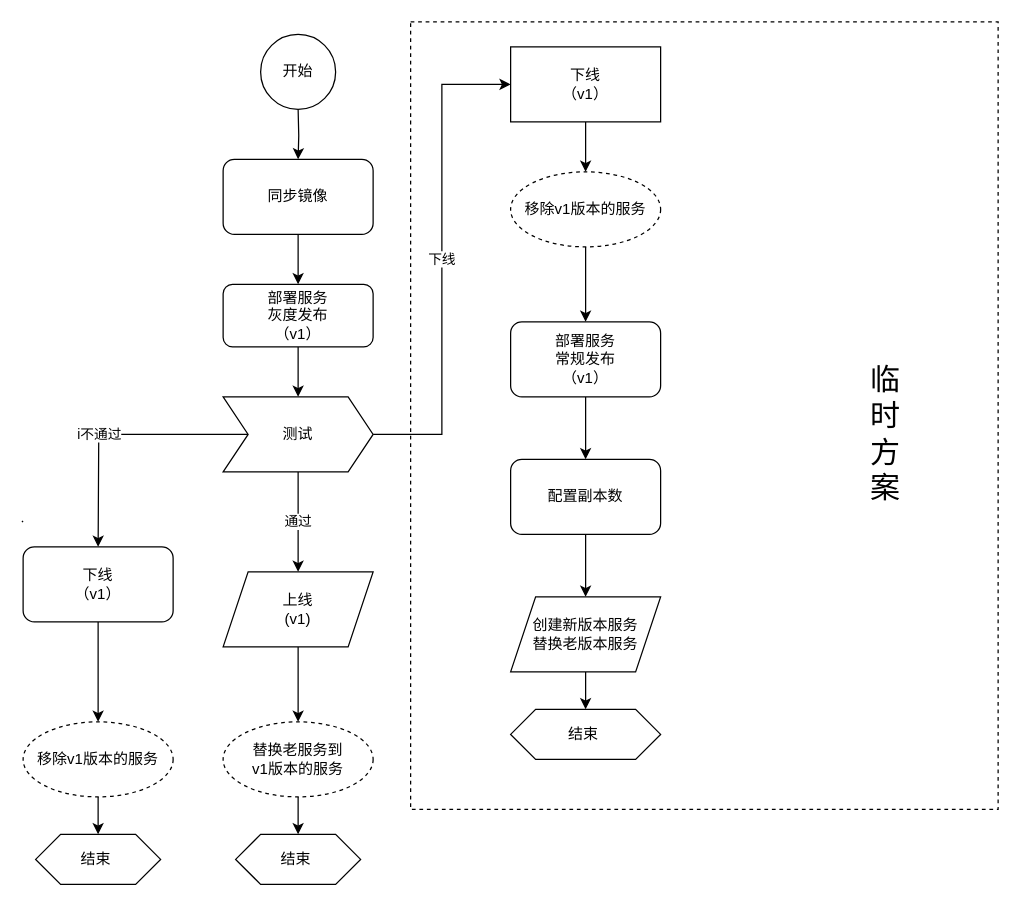
This is 未命名绘图.drawio from Snuger/draw, a draw.io file, before an edit. Source tidied: cells renumbered, new cells numbered last; positions are measured from the earlier drawing's top-left corner, leaving out a move shared by most shapes. Both pictures are drawn from the tidied source at 125%, with x=0, y=0 at pixel (21, 21).
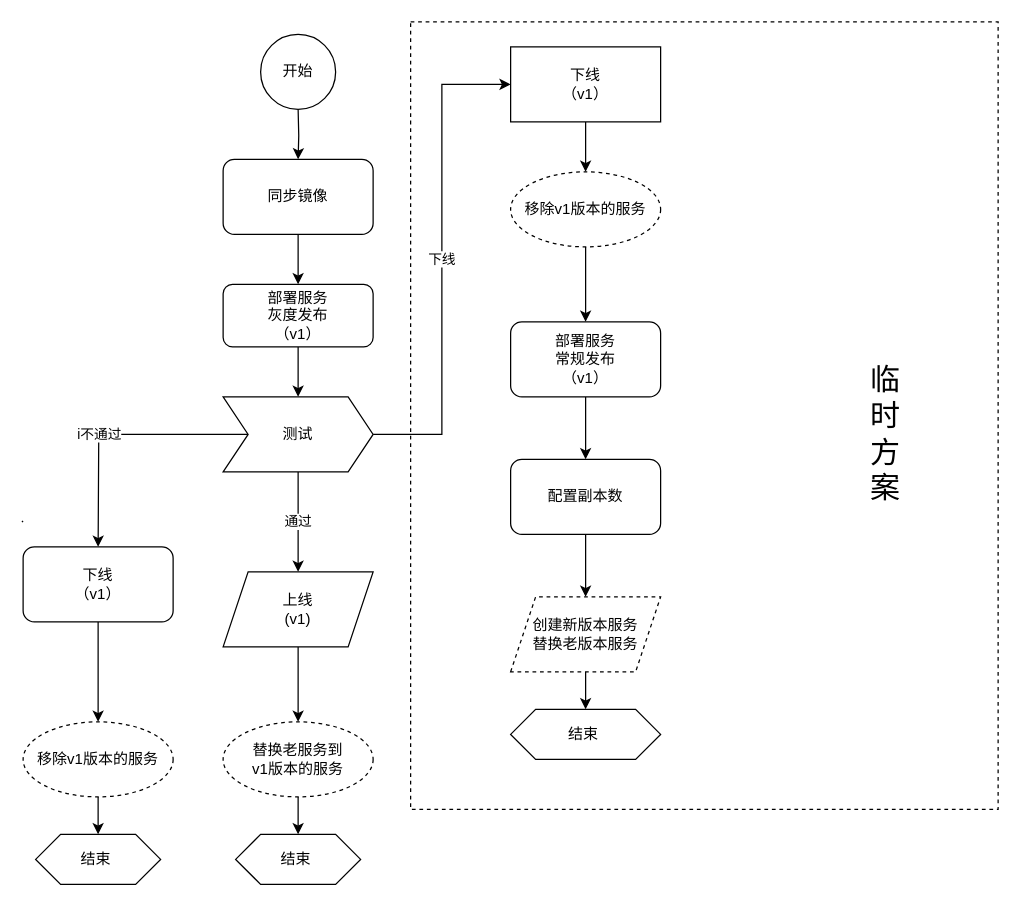
The same diagram, later.

Commit message (it also covers changes not shown here):
更新未命名绘图.drawio

What changed in the source:
```diff
@@
-    <mxCell id="25" value="创建新版本服务&lt;br&gt;替换老版本服务" style="shape=parallelogram;perimeter=parallelogramPerimeter;whiteSpace=wrap;html=1;fixedSize=1;strokeColor=default;" parent="1" vertex="1">
+    <mxCell id="25" value="创建新版本服务&lt;br&gt;替换老版本服务" style="shape=parallelogram;perimeter=parallelogramPerimeter;whiteSpace=wrap;html=1;fixedSize=1;strokeColor=default;dashed=1;" parent="1" vertex="1">
       <mxGeometry x="391" y="460" width="120" height="60" as="geometry" />
     </mxCell>
```
